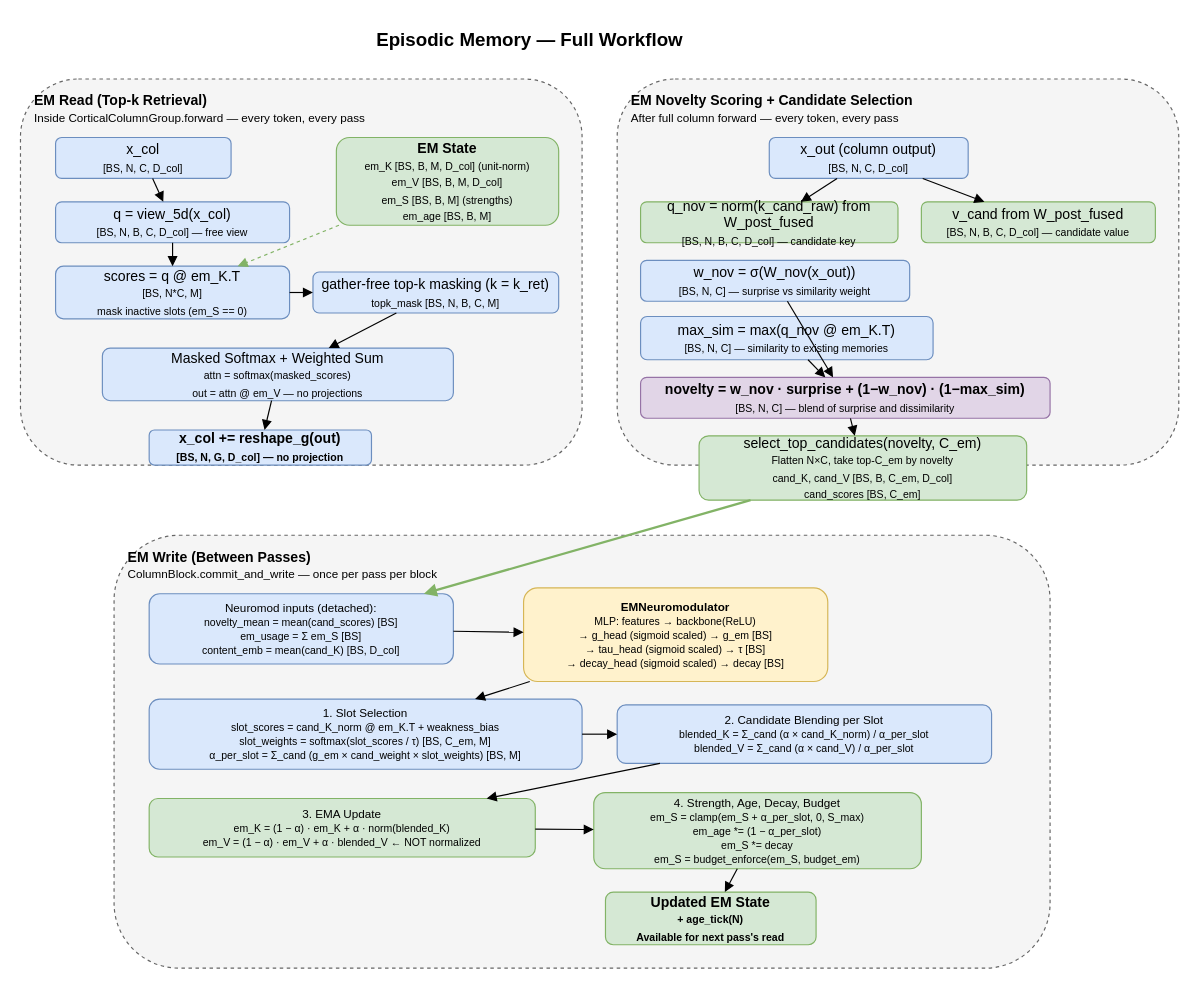
This is docs/diagrams/em_workflow.drawio from alxdofficial/neuromorphic, a draw.io file, before an edit. Source tidied: cells renumbered, new cells numbered last; positions are measured from the earlier drawing's top-left corner, leaving out a move shared by most shapes. Both pictures are drawn from the tidied source at 117%, with x=0, y=0 at pixel (20, 20).
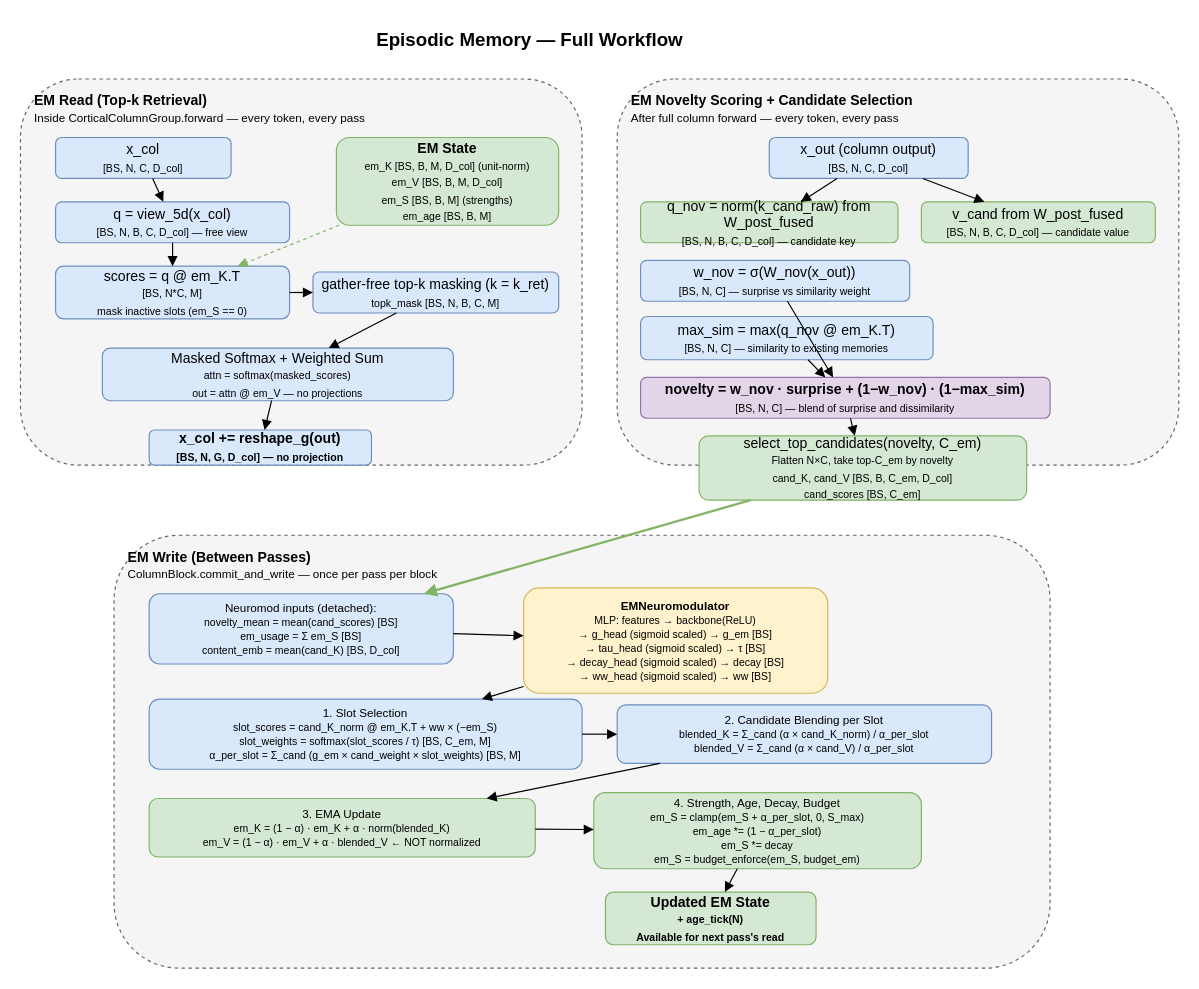
After the change.

The edit, as a diff of the source:
```diff
@@
-    <mxCell id="35" value="&lt;b&gt;EMNeuromodulator&lt;/b&gt;&lt;br&gt;&lt;font style=&quot;font-size:9px&quot;&gt;MLP: features → backbone(ReLU)&lt;br&gt;→ g_head (sigmoid scaled) → g_em [BS]&lt;br&gt;→ tau_head (sigmoid scaled) → τ [BS]&lt;br&gt;→ decay_head (sigmoid scaled) → decay [BS]&lt;/font&gt;" style="rounded=1;whiteSpace=wrap;html=1;fillColor=#fff2cc;strokeColor=#d6b656;fontSize=10;" parent="1" vertex="1">
-      <mxGeometry x="430" y="485" width="260" height="80" as="geometry" />
+    <mxCell id="35" value="&lt;b&gt;EMNeuromodulator&lt;/b&gt;&lt;br&gt;&lt;font style=&quot;font-size:9px&quot;&gt;MLP: features → backbone(ReLU)&lt;br&gt;→ g_head (sigmoid scaled) → g_em [BS]&lt;br&gt;→ tau_head (sigmoid scaled) → τ [BS]&lt;br&gt;→ decay_head (sigmoid scaled) → decay [BS]&lt;br&gt;→ ww_head (sigmoid scaled) → ww [BS]&lt;/font&gt;" style="rounded=1;whiteSpace=wrap;html=1;fillColor=#fff2cc;strokeColor=#d6b656;fontSize=10;" parent="1" vertex="1">
+      <mxGeometry x="430" y="485" width="260" height="90" as="geometry" />
     </mxCell>
@@
-    <mxCell id="37" value="1. Slot Selection&lt;br&gt;&lt;font style=&quot;font-size:9px&quot;&gt;slot_scores = cand_K_norm @ em_K.T + weakness_bias&lt;br&gt;slot_weights = softmax(slot_scores / τ) [BS, C_em, M]&lt;br&gt;α_per_slot = Σ_cand (g_em × cand_weight × slot_weights) [BS, M]&lt;/font&gt;" style="rounded=1;whiteSpace=wrap;html=1;fillColor=#dae8fc;strokeColor=#6c8ebf;fontSize=10;" parent="1" vertex="1">
+    <mxCell id="37" value="1. Slot Selection&lt;br&gt;&lt;font style=&quot;font-size:9px&quot;&gt;slot_scores = cand_K_norm @ em_K.T + ww × (−em_S)&lt;br&gt;slot_weights = softmax(slot_scores / τ) [BS, C_em, M]&lt;br&gt;α_per_slot = Σ_cand (g_em × cand_weight × slot_weights) [BS, M]&lt;/font&gt;" style="rounded=1;whiteSpace=wrap;html=1;fillColor=#dae8fc;strokeColor=#6c8ebf;fontSize=10;" parent="1" vertex="1">
       <mxGeometry x="110" y="580" width="370" height="60" as="geometry" />
     </mxCell>
```
